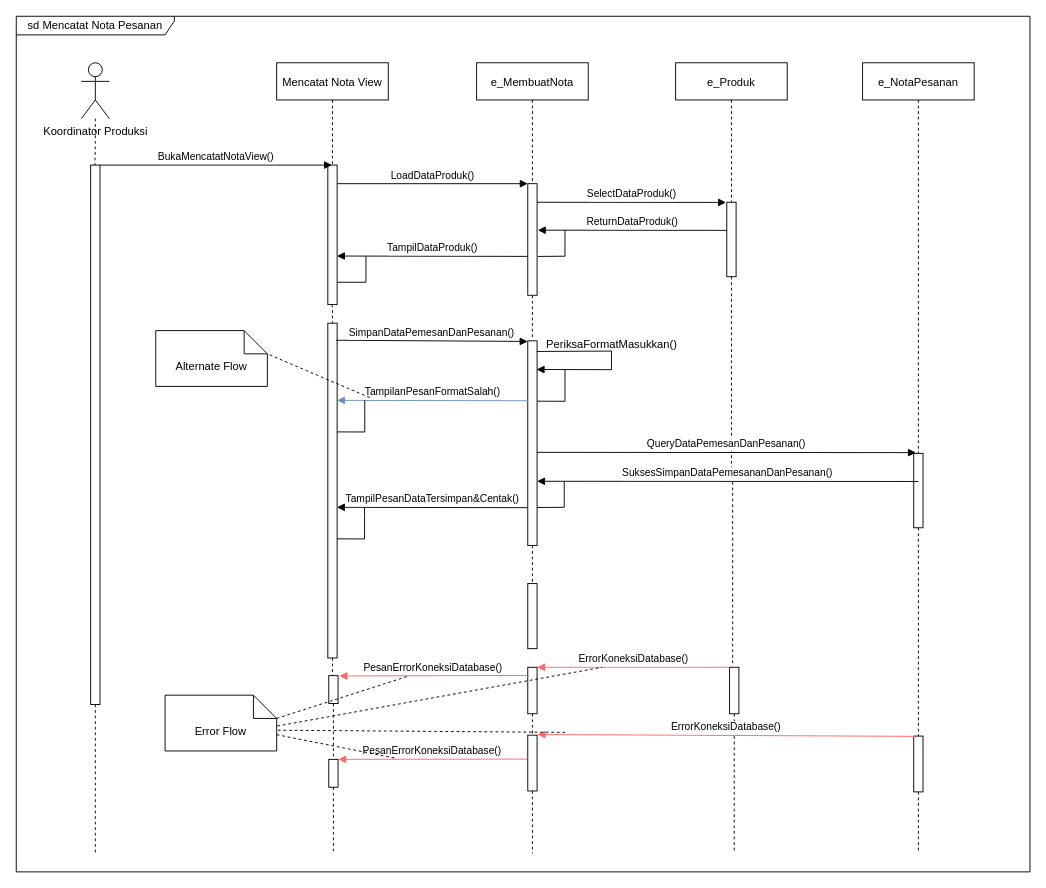
Earlier version of the draw.io diagram page "Mencatat Nota Pesanan" (2 of 4) of Diagram Tanpa Judul.drawio (juanangelaalma/uml). Source tidied: cells renumbered, new cells numbered last; positions are measured from the earlier drawing's top-left corner, leaving out a move shared by most shapes. Both pictures are drawn from the tidied source at 93%, with x=0, y=0 at pixel (16, 16).
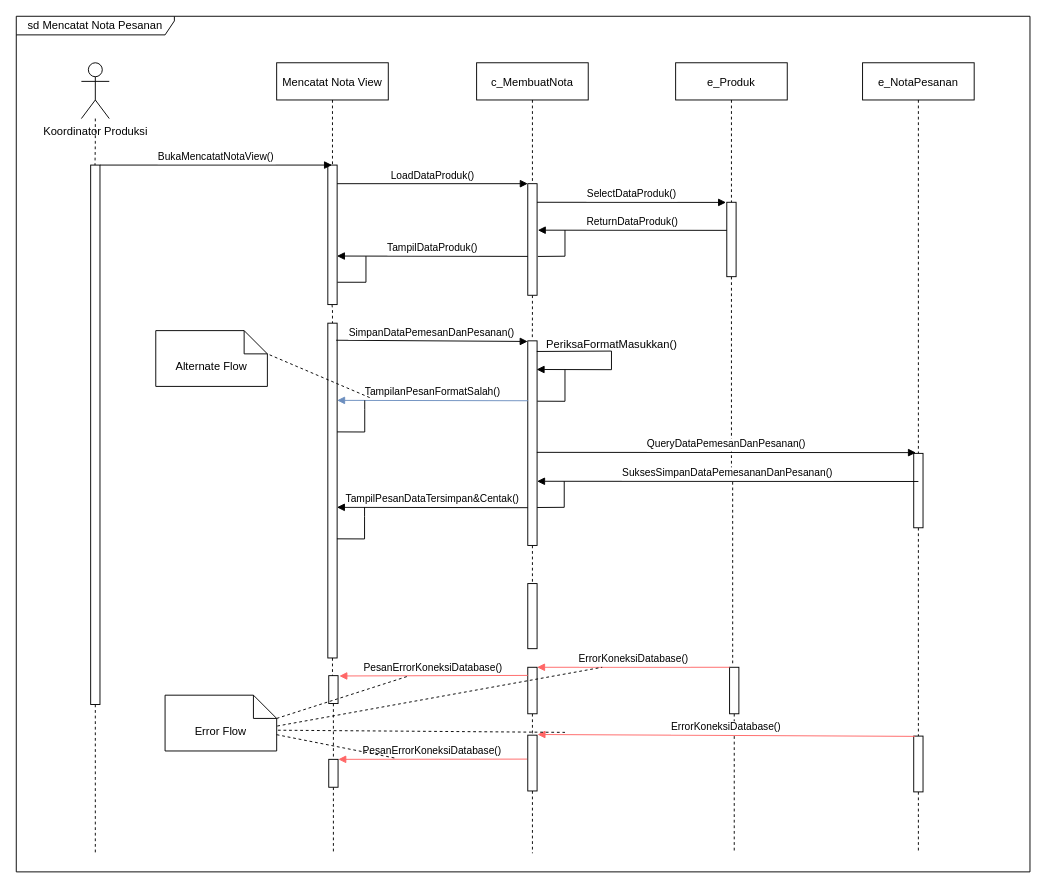
Above is the later version.

Change to the diagram source:
```diff
@@
-    <mxCell id="15" value="e_MembuatNota" style="shape=umlLifeline;perimeter=lifelinePerimeter;rounded=0;shadow=0;strokeWidth=1;" parent="1" vertex="1">
+    <mxCell id="15" value="c_MembuatNota" style="shape=umlLifeline;perimeter=lifelinePerimeter;rounded=0;shadow=0;strokeWidth=1;" parent="1" vertex="1">
       <mxGeometry x="495" y="50" width="120" height="130" as="geometry" />
     </mxCell>
```
